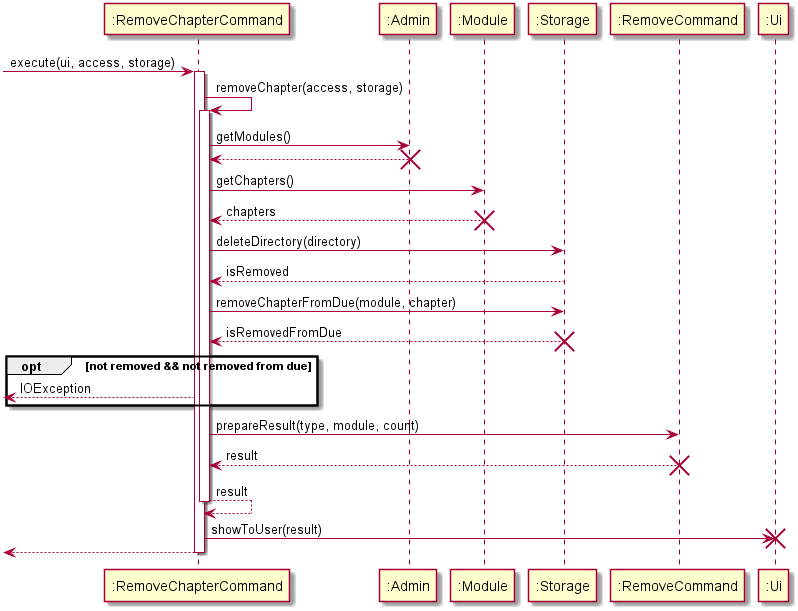
nus-cs2113-AY2021S1/tp keeps this PlantUML diagram as docs/DG_Images/removechap_seq_diagram.png. Above is the earlier version.
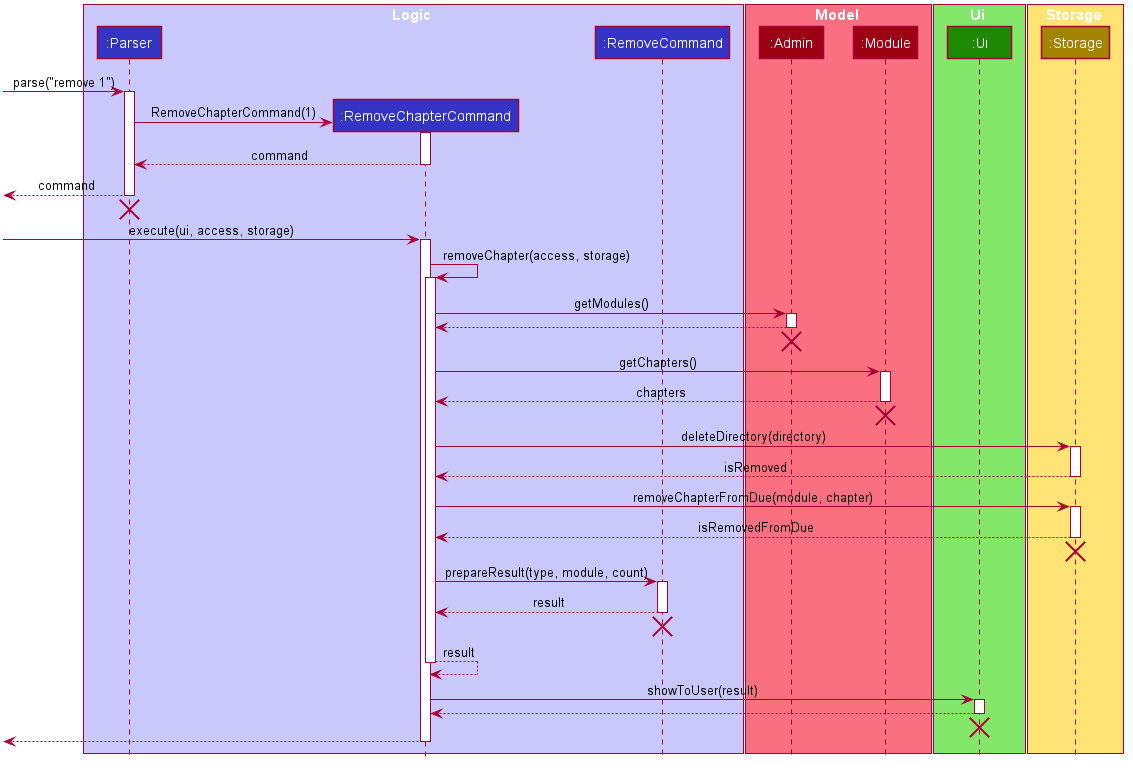
Later version of the same file.

The edit, as a diff of the source:
```diff
@@ -1,29 +1,127 @@
 @startuml
--> ":RemoveChapterCommand" : execute(ui, access, storage)
-activate ":RemoveChapterCommand"
-":RemoveChapterCommand" -> ":RemoveChapterCommand" : removeChapter(access, storage)
-activate ":RemoveChapterCommand"
-":RemoveChapterCommand" -> ":Admin" : getModules()
-":RemoveChapterCommand" <-- ":Admin"
-destroy ":Admin"
-":RemoveChapterCommand" -> ":Module" : getChapters()
-":RemoveChapterCommand" <-- ":Module" : chapters
-destroy ":Module"
-":RemoveChapterCommand" -> ":Storage" : deleteDirectory(directory)
-":RemoveChapterCommand" <-- ":Storage" : isRemoved
-":RemoveChapterCommand" -> ":Storage" : removeChapterFromDue(module, chapter)
-":RemoveChapterCommand" <-- ":Storage" : isRemovedFromDue
-destroy ":Storage"
-opt not removed && not removed from due
-    <-- ":RemoveChapterCommand" : IOException
-end
-":RemoveChapterCommand" -> ":RemoveCommand" : prepareResult(type, module, count)
-":RemoveChapterCommand" <-- ":RemoveCommand" : result
-destroy ":RemoveCommand"
-":RemoveChapterCommand" --> ":RemoveChapterCommand" : result
-deactivate ":RemoveChapterCommand"
-":RemoveChapterCommand" -> ":Ui" : showToUser(result)
-destroy ":Ui"
-<-- ":RemoveChapterCommand"
-deactivate ":RemoveChapterCommand"
+
+
+
+
+
+
+
+
+skinparam BackgroundColor #FFFFFFF
+
+skinparam Shadowing false
+
+skinparam Class {
+    FontColor #FFFFFF
+    BorderThickness 1
+    BorderColor #FFFFFF
+    StereotypeFontColor #FFFFFF
+    FontName Arial
+}
+
+skinparam Actor {
+    BorderColor #000000
+    Color #000000
+    FontName Arial
+}
+
+skinparam Sequence {
+    MessageAlign center
+    BoxFontSize 15
+    BoxPadding 0
+    BoxFontColor #FFFFFF
+    FontName Arial
+}
+
+skinparam Participant {
+    FontColor #FFFFFFF
+    Padding 20
+}
+
+skinparam MinClassWidth 50
+skinparam ParticipantPadding 10
+skinparam Shadowing false
+skinparam DefaultTextAlignment center
+skinparam packageStyle Rectangle
+
+hide footbox
+hide members
+hide circle
+
+box Logic #C8C8FA
+participant ":Parser" as Parser #3333C4
+participant ":RemoveChapterCommand" as RemoveChapterCommand #3333C4
+participant ":RemoveCommand" as RemoveCommand #3333C4
+end box
+
+box Model #F97181
+participant ":Admin" as Admin #9D0012
+participant ":Module" as Module #9D0012
+end box
+
+box Ui #83E769
+participant ":Ui" as Ui #1D8900
+end box
+
+box Storage #FFE374
+participant ":Storage" as Storage #A38300
+end box
+
+[-> Parser : parse("remove 1")
+activate Parser
+
+create RemoveChapterCommand
+Parser -> RemoveChapterCommand : RemoveChapterCommand(1)
+activate RemoveChapterCommand
+
+RemoveChapterCommand --> Parser : command
+deactivate RemoveChapterCommand
+
+[<-- Parser : command
+deactivate Parser
+[<-[hidden]- Parser
+destroy Parser
+
+-> RemoveChapterCommand : execute(ui, access, storage)
+activate RemoveChapterCommand
+RemoveChapterCommand -> RemoveChapterCommand : removeChapter(access, storage)
+activate RemoveChapterCommand
+RemoveChapterCommand -> Admin : getModules()
+activate Admin
+RemoveChapterCommand <-- Admin
+deactivate Admin
+[<-[hidden]- Admin
+destroy Admin
+RemoveChapterCommand -> Module : getChapters()
+activate Module
+RemoveChapterCommand <-- Module : chapters
+deactivate Module
+[<-[hidden]- Module
+destroy Module
+RemoveChapterCommand -> Storage : deleteDirectory(directory)
+activate Storage
+RemoveChapterCommand <-- Storage : isRemoved
+deactivate Storage
+RemoveChapterCommand -> Storage : removeChapterFromDue(module, chapter)
+activate Storage
+RemoveChapterCommand <-- Storage : isRemovedFromDue
+deactivate Storage
+[<-[hidden]- Storage
+destroy Storage
+RemoveChapterCommand -> RemoveCommand : prepareResult(type, module, count)
+activate RemoveCommand
+RemoveChapterCommand <-- RemoveCommand : result
+deactivate RemoveCommand
+[<-[hidden]- RemoveCommand
+destroy RemoveCommand
+RemoveChapterCommand --> RemoveChapterCommand : result
+deactivate RemoveChapterCommand
+RemoveChapterCommand -> Ui : showToUser(result)
+activate Ui
+RemoveChapterCommand <-- Ui
+deactivate Ui
+[<-[hidden]- Ui
+destroy Ui
+<-- RemoveChapterCommand
+deactivate RemoveChapterCommand
 @enduml
```
